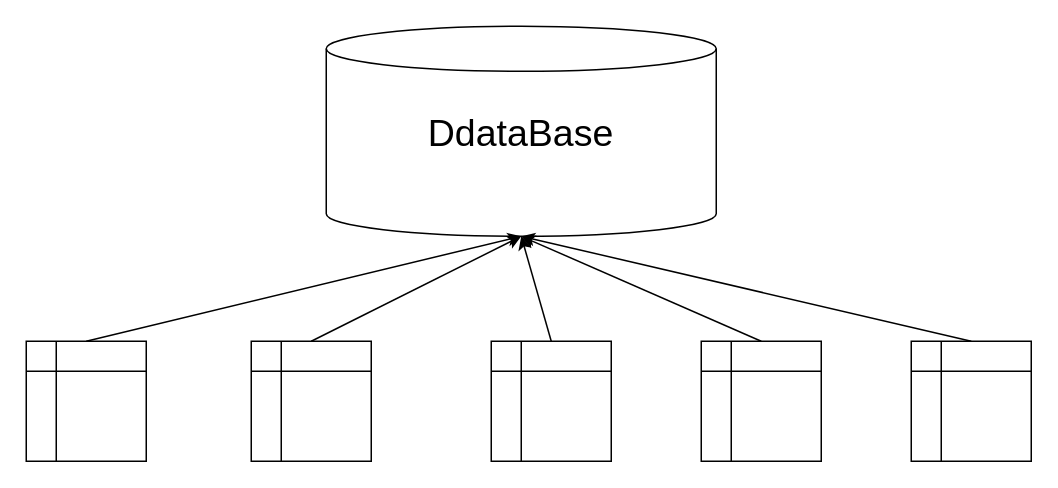
The draw.io diagram draw_io_dir/mydatabase.drawio in LongerLonge/jormun_drawio_repo, before the edit. Source tidied: cells renumbered, new cells numbered last; positions are measured from the earlier drawing's top-left corner, leaving out a move shared by most shapes. Both pictures are drawn from the tidied source at 150%, with x=0, y=0 at pixel (26, 26).
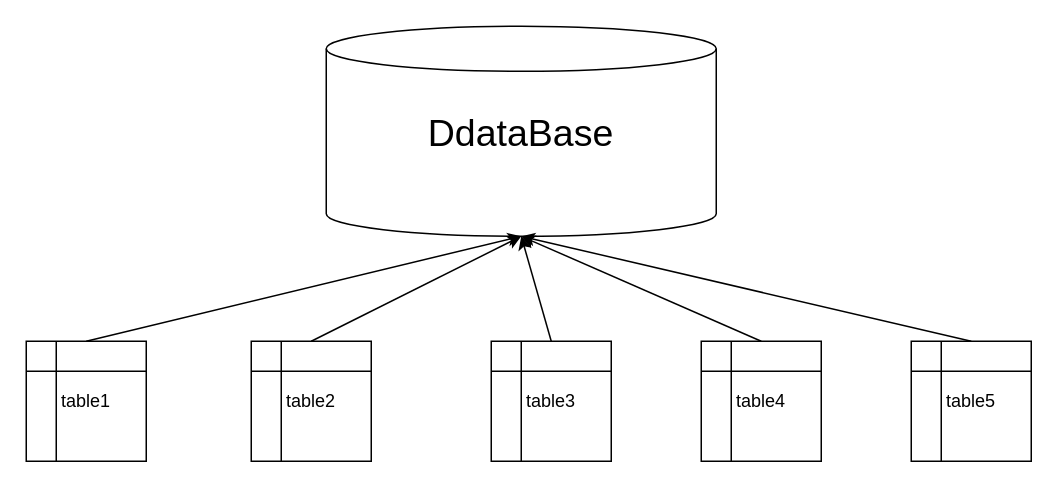
The same page after the edit.

Change to the diagram source:
```diff
@@
 <mxGraphModel>
   <root>
     <mxCell id="0" />
     <mxCell id="1" parent="0" />
     <mxCell id="2" style="shape=cylinder3;whiteSpace=wrap;html=1;boundedLbl=1;backgroundOutline=1;size=15;" parent="1" vertex="1">
       <mxGeometry x="200" width="260" height="140" as="geometry" />
     </mxCell>
     <mxCell id="3" value="&lt;span style=&quot;font-size: 25px;&quot;&gt;DdataBase&lt;/span&gt;" style="text;html=1;strokeColor=none;fillColor=none;align=center;verticalAlign=middle;whiteSpace=wrap;rounded=0;" parent="1" vertex="1">
       <mxGeometry x="300" y="55" width="60" height="30" as="geometry" />
     </mxCell>
-    <mxCell id="4" style="shape=internalStorage;whiteSpace=wrap;html=1;backgroundOutline=1;" parent="1" vertex="1">
+    <mxCell id="4" value="table1" style="shape=internalStorage;whiteSpace=wrap;html=1;backgroundOutline=1;" parent="1" vertex="1">
       <mxGeometry y="210" width="80" height="80" as="geometry" />
     </mxCell>
-    <mxCell id="5" style="shape=internalStorage;whiteSpace=wrap;html=1;backgroundOutline=1;" parent="1" vertex="1">
+    <mxCell id="5" value="table2" style="shape=internalStorage;whiteSpace=wrap;html=1;backgroundOutline=1;" parent="1" vertex="1">
       <mxGeometry x="150" y="210" width="80" height="80" as="geometry" />
     </mxCell>
-    <mxCell id="6" style="shape=internalStorage;whiteSpace=wrap;html=1;backgroundOutline=1;" parent="1" vertex="1">
+    <mxCell id="6" value="table3" style="shape=internalStorage;whiteSpace=wrap;html=1;backgroundOutline=1;" parent="1" vertex="1">
       <mxGeometry x="310" y="210" width="80" height="80" as="geometry" />
     </mxCell>
-    <mxCell id="7" style="shape=internalStorage;whiteSpace=wrap;html=1;backgroundOutline=1;" parent="1" vertex="1">
+    <mxCell id="7" value="table4" style="shape=internalStorage;whiteSpace=wrap;html=1;backgroundOutline=1;" parent="1" vertex="1">
       <mxGeometry x="450" y="210" width="80" height="80" as="geometry" />
     </mxCell>
-    <mxCell id="8" style="shape=internalStorage;whiteSpace=wrap;html=1;backgroundOutline=1;" parent="1" vertex="1">
+    <mxCell id="8" value="table5" style="shape=internalStorage;whiteSpace=wrap;html=1;backgroundOutline=1;" parent="1" vertex="1">
       <mxGeometry x="590" y="210" width="80" height="80" as="geometry" />
     </mxCell>
     <mxCell id="9" style="endArrow=classic;html=1;rounded=0;entryX=0.5;entryY=1;entryDx=0;entryDy=0;entryPerimeter=0;exitX=0.5;exitY=0;exitDx=0;exitDy=0;" parent="1" edge="1" source="4" target="2">
       <mxGeometry relative="1" as="geometry" />
     </mxCell>
     <mxCell id="10" style="endArrow=classic;html=1;rounded=0;exitX=0.5;exitY=0;exitDx=0;exitDy=0;" parent="1" edge="1" source="5">
       <mxGeometry relative="1" as="geometry">
         <mxPoint x="330" y="140" as="targetPoint" />
       </mxGeometry>
     </mxCell>
     <mxCell id="11" style="endArrow=classic;html=1;rounded=0;entryX=0.5;entryY=1;entryDx=0;entryDy=0;entryPerimeter=0;exitX=0.5;exitY=0;exitDx=0;exitDy=0;" parent="1" edge="1" source="6" target="2">
       <mxGeometry relative="1" as="geometry" />
     </mxCell>
     <mxCell id="12" style="endArrow=classic;html=1;rounded=0;entryX=0.5;entryY=1;entryDx=0;entryDy=0;entryPerimeter=0;exitX=0.5;exitY=0;exitDx=0;exitDy=0;" parent="1" edge="1" source="7" target="2">
       <mxGeometry relative="1" as="geometry" />
     </mxCell>
     <mxCell id="13" style="endArrow=classic;html=1;rounded=0;entryX=0.5;entryY=1;entryDx=0;entryDy=0;entryPerimeter=0;exitX=0.5;exitY=0;exitDx=0;exitDy=0;" parent="1" edge="1" source="8" target="2">
       <mxGeometry relative="1" as="geometry" />
     </mxCell>
   </root>
 </mxGraphModel>
```
